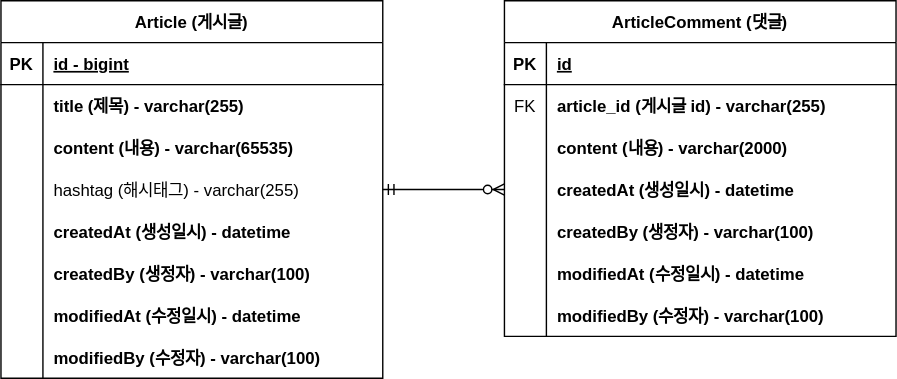
k1064190/fastcampus-project-board keeps this draw.io diagram as document/project-board-erd.svg. Above is the earlier version. Source tidied: cells renumbered, new cells last; positions are measured from the earlier drawing's top-left corner, leaving out a move shared by most shapes.
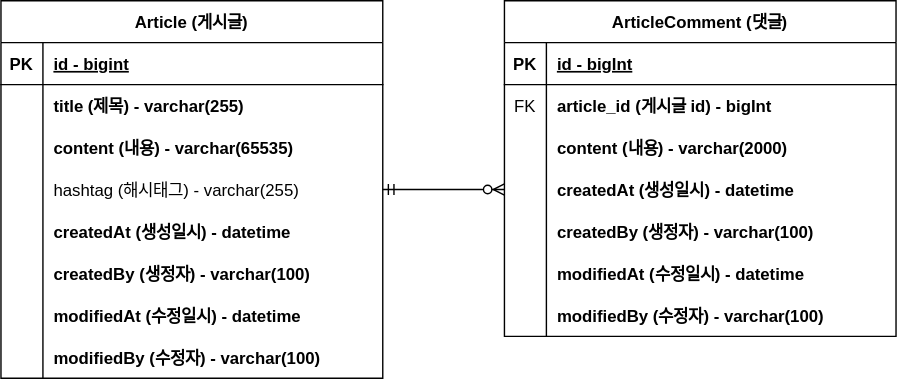
After the change.

The edit, as a diff of the source:
```diff
@@ -86,7 +86,7 @@
     <mxCell id="29" value="PK" style="shape=partialRectangle;fillColor=none;top=0;left=0;bottom=0;right=0;fontStyle=1;overflow=hidden;" parent="28" vertex="1">
       <mxGeometry width="30" height="30" as="geometry" />
     </mxCell>
-    <mxCell id="30" value="id" style="shape=partialRectangle;fillColor=none;top=0;left=0;bottom=0;right=0;align=left;spacingLeft=6;fontStyle=5;overflow=hidden;" parent="28" vertex="1">
+    <mxCell id="30" value="id - bigInt" style="shape=partialRectangle;fillColor=none;top=0;left=0;bottom=0;right=0;align=left;spacingLeft=6;fontStyle=5;overflow=hidden;" parent="28" vertex="1">
       <mxGeometry x="30" width="250" height="30" as="geometry" />
     </mxCell>
     <mxCell id="31" style="shape=tableRow;horizontal=0;startSize=0;swimlaneHead=0;swimlaneBody=0;fillColor=none;top=0;left=0;right=0;bottom=0;" parent="27" vertex="1">
@@ -95,7 +95,7 @@
     <mxCell id="32" value="FK" style="shape=partialRectangle;fillColor=none;top=0;left=0;bottom=0;right=0;overflow=hidden;" parent="31" vertex="1">
       <mxGeometry width="30" height="30" as="geometry" />
     </mxCell>
-    <mxCell id="33" value="article_id (게시글 id) - varchar(255)" style="shape=partialRectangle;fillColor=none;top=0;left=0;bottom=0;right=0;align=left;spacingLeft=6;overflow=hidden;fontStyle=1;" parent="31" vertex="1">
+    <mxCell id="33" value="article_id (게시글 id) - bigInt" style="shape=partialRectangle;fillColor=none;top=0;left=0;bottom=0;right=0;align=left;spacingLeft=6;overflow=hidden;fontStyle=1;" parent="31" vertex="1">
       <mxGeometry x="30" width="250" height="30" as="geometry" />
     </mxCell>
     <mxCell id="34" style="shape=tableRow;horizontal=0;startSize=0;swimlaneHead=0;swimlaneBody=0;fillColor=none;top=0;left=0;right=0;bottom=0;" parent="27" vertex="1">
```
